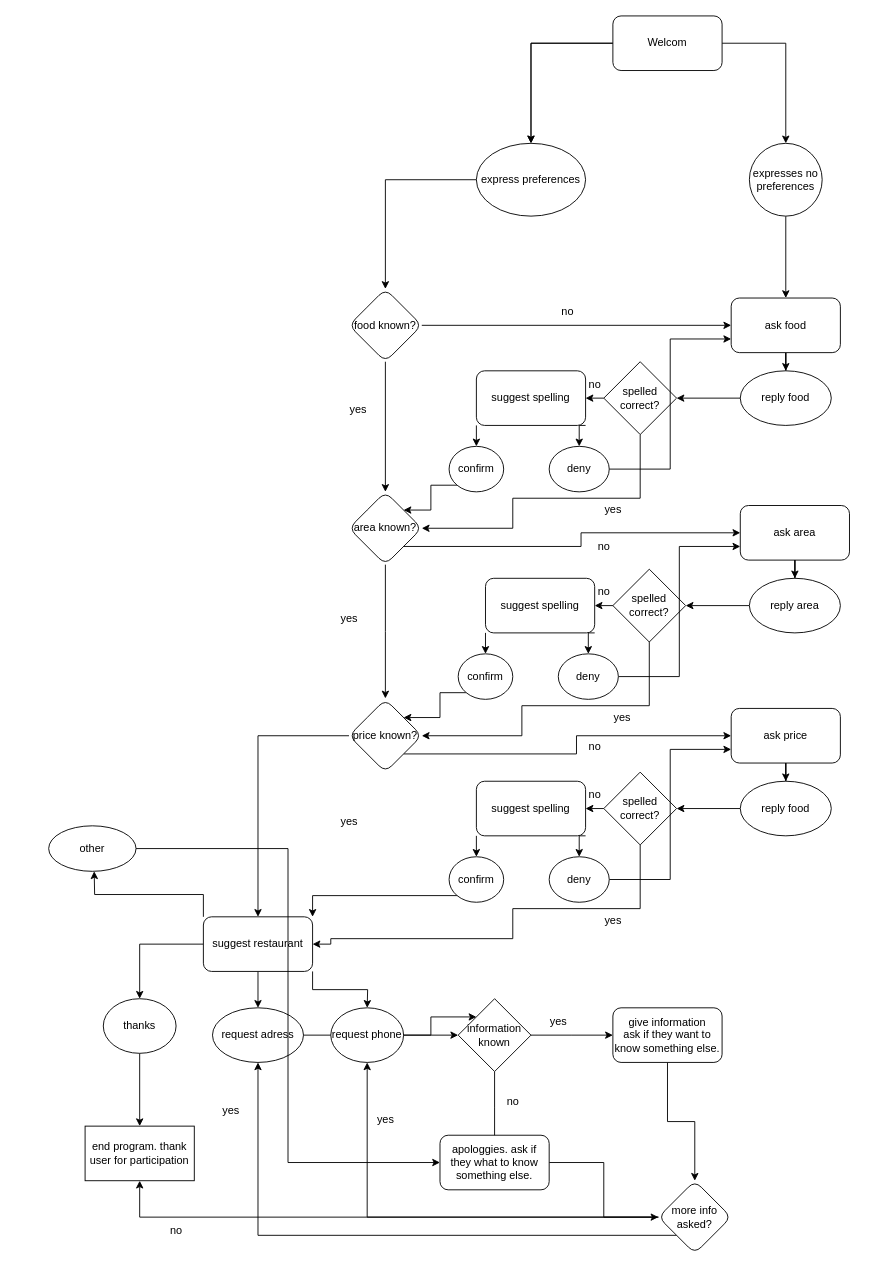
Earlier version of the draw.io diagram diagram.drawio (simon-hjp/MAIR_projectG16). Source tidied: cells renumbered, new cells numbered last; positions are measured from the earlier drawing's top-left corner, leaving out a move shared by most shapes. Both pictures are drawn from the tidied source at 91%, with x=0, y=0 at pixel (48, 15).
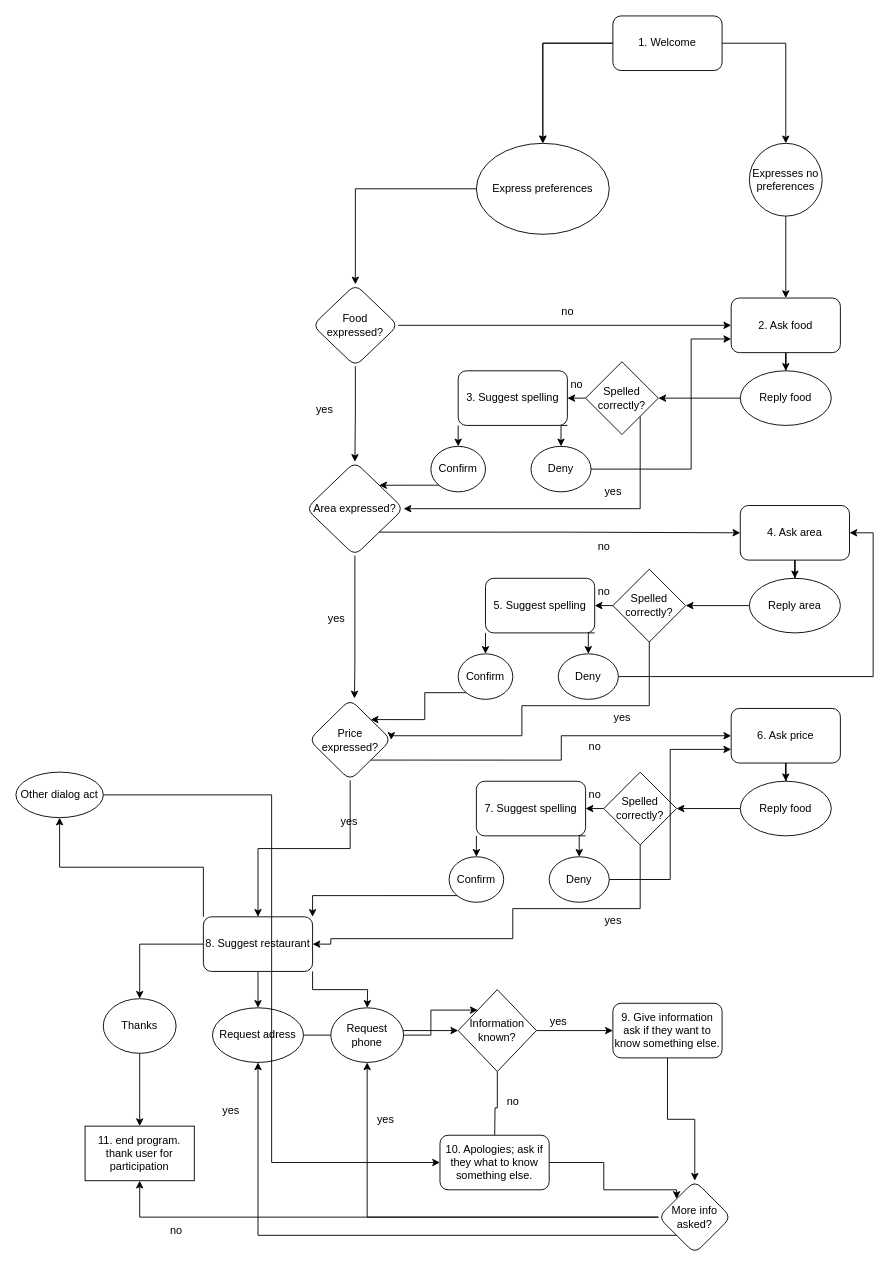
The same page after the edit.

Commit message:
Updated state diagram

What changed in the source:
```diff
@@
-    <mxCell id="5" value="Welcom" style="rounded=1;whiteSpace=wrap;html=1;" parent="1" vertex="1">
+    <mxCell id="5" value="1. Welcome" style="rounded=1;whiteSpace=wrap;html=1;" parent="1" vertex="1">
       <mxGeometry x="620" width="120" height="60" as="geometry" />
     </mxCell>
@@
-    <mxCell id="7" value="express preferences" style="ellipse;whiteSpace=wrap;html=1;rounded=1;" parent="1" vertex="1">
-      <mxGeometry x="470" y="140" width="120" height="80" as="geometry" />
+    <mxCell id="7" value="&lt;div&gt;Express preferences&lt;/div&gt;" style="ellipse;whiteSpace=wrap;html=1;rounded=1;" parent="1" vertex="1">
+      <mxGeometry x="470" y="140" width="146" height="100" as="geometry" />
     </mxCell>
@@
-    <mxCell id="10" value="food known?" style="rhombus;whiteSpace=wrap;html=1;rounded=1;" parent="1" vertex="1">
-      <mxGeometry x="330" y="300" width="80" height="80" as="geometry" />
+    <mxCell id="10" value="Food expressed?" style="rhombus;whiteSpace=wrap;html=1;rounded=1;" parent="1" vertex="1">
+      <mxGeometry x="290" y="295" width="94" height="90" as="geometry" />
     </mxCell>
@@
-    <mxCell id="12" value="expresses no preferences" style="ellipse;whiteSpace=wrap;html=1;rounded=1;" parent="1" vertex="1">
+    <mxCell id="12" value="Expresses no preferences" style="ellipse;whiteSpace=wrap;html=1;rounded=1;" parent="1" vertex="1">
       <mxGeometry x="770" y="140" width="80" height="80" as="geometry" />
     </mxCell>
@@
-    <mxCell id="15" value="ask food" style="whiteSpace=wrap;html=1;rounded=1;" parent="1" vertex="1">
+    <mxCell id="15" value="2. Ask food" style="whiteSpace=wrap;html=1;rounded=1;" parent="1" vertex="1">
       <mxGeometry x="750" y="310" width="120" height="60" as="geometry" />
     </mxCell>
-    <mxCell id="16" value="area known?" style="rhombus;whiteSpace=wrap;html=1;rounded=1;" parent="1" vertex="1">
-      <mxGeometry x="330" y="523" width="80" height="80" as="geometry" />
+    <mxCell id="16" value="Area expressed?" style="rhombus;whiteSpace=wrap;html=1;rounded=1;" parent="1" vertex="1">
+      <mxGeometry x="283" y="490" width="107" height="103" as="geometry" />
     </mxCell>
     <mxCell id="17" value="no" style="text;html=1;align=center;verticalAlign=middle;strokeColor=none;fillColor=none;" parent="1" vertex="1">
-      <mxGeometry x="580" y="390" width="40" height="30" as="geometry" />
+      <mxGeometry x="560" y="390" width="40" height="30" as="geometry" />
     </mxCell>
@@
-    <mxCell id="19" value="reply food" style="ellipse;whiteSpace=wrap;html=1;" parent="1" vertex="1">
+    <mxCell id="19" value="Reply food" style="ellipse;whiteSpace=wrap;html=1;" parent="1" vertex="1">
       <mxGeometry x="760" y="390" width="100" height="60" as="geometry" />
     </mxCell>
@@
     <mxCell id="21" style="edgeStyle=orthogonalEdgeStyle;rounded=0;jettySize=auto;html=1;entryX=1;entryY=0.5;entryDx=0;entryDy=0;" parent="1" edge="1" source="22" target="16">
       <mxGeometry relative="1" as="geometry">
         <Array as="points">
-          <mxPoint x="650" y="530" />
-          <mxPoint x="510" y="530" />
-          <mxPoint x="510" y="563" />
+          <mxPoint x="650" y="542" />
         </Array>
       </mxGeometry>
     </mxCell>
-    <mxCell id="22" value="spelled correct?" style="rhombus;whiteSpace=wrap;html=1;" parent="1" vertex="1">
-      <mxGeometry x="610" y="380" width="80" height="80" as="geometry" />
+    <mxCell id="22" value="Spelled correctly?" style="rhombus;whiteSpace=wrap;html=1;" parent="1" vertex="1">
+      <mxGeometry x="590" y="380" width="80" height="80" as="geometry" />
     </mxCell>
@@
-    <mxCell id="25" value="suggest spelling" style="rounded=1;whiteSpace=wrap;html=1;" parent="1" vertex="1">
-      <mxGeometry x="470" y="390" width="120" height="60" as="geometry" />
+    <mxCell id="25" value="3. Suggest spelling" style="rounded=1;whiteSpace=wrap;html=1;" parent="1" vertex="1">
+      <mxGeometry x="450" y="390" width="120" height="60" as="geometry" />
     </mxCell>
@@
-    <mxCell id="27" value="confirm" style="ellipse;whiteSpace=wrap;html=1;" parent="1" vertex="1">
-      <mxGeometry x="440" y="473" width="60" height="50" as="geometry" />
+    <mxCell id="27" value="Confirm" style="ellipse;whiteSpace=wrap;html=1;" parent="1" vertex="1">
+      <mxGeometry x="420" y="473" width="60" height="50" as="geometry" />
     </mxCell>
     <mxCell id="28" style="edgeStyle=orthogonalEdgeStyle;rounded=0;jettySize=auto;html=1;entryX=0;entryY=0.75;entryDx=0;entryDy=0;" parent="1" edge="1" source="29" target="15">
-      <mxGeometry relative="1" as="geometry" />
+      <mxGeometry relative="1" as="geometry">
+        <Array as="points">
+          <mxPoint x="706" y="498" />
+          <mxPoint x="706" y="355" />
+        </Array>
+      </mxGeometry>
     </mxCell>
-    <mxCell id="29" value="deny" style="ellipse;whiteSpace=wrap;html=1;" parent="1" vertex="1">
-      <mxGeometry x="550" y="473" width="66" height="50" as="geometry" />
+    <mxCell id="29" value="Deny" style="ellipse;whiteSpace=wrap;html=1;" parent="1" vertex="1">
+      <mxGeometry x="530" y="473" width="66" height="50" as="geometry" />
     </mxCell>
     <mxCell id="30" value="yes" style="text;html=1;align=center;verticalAlign=middle;strokeColor=none;fillColor=none;" parent="1" vertex="1">
-      <mxGeometry x="600" y="528" width="40" height="30" as="geometry" />
+      <mxGeometry x="600" y="508" width="40" height="30" as="geometry" />
     </mxCell>
@@
     <mxCell id="32" style="edgeStyle=orthogonalEdgeStyle;rounded=0;jettySize=auto;html=1;exitX=0.5;exitY=1;exitDx=0;exitDy=0;" parent="1" edge="1" source="16">
       <mxGeometry relative="1" as="geometry">
-        <mxPoint x="370" y="750" as="targetPoint" />
+        <mxPoint x="336" y="750" as="targetPoint" />
+        <Array as="points">
+          <mxPoint x="336" y="710" />
+          <mxPoint x="336" y="750" />
+        </Array>
       </mxGeometry>
     </mxCell>
@@
-    <mxCell id="34" value="ask area" style="whiteSpace=wrap;html=1;rounded=1;" parent="1" vertex="1">
+    <mxCell id="34" value="4. Ask area" style="whiteSpace=wrap;html=1;rounded=1;" parent="1" vertex="1">
       <mxGeometry x="760" y="538" width="120" height="60" as="geometry" />
     </mxCell>
@@
-    <mxCell id="37" value="reply area" style="ellipse;whiteSpace=wrap;html=1;" parent="1" vertex="1">
+    <mxCell id="37" value="Reply area" style="ellipse;whiteSpace=wrap;html=1;" parent="1" vertex="1">
       <mxGeometry x="770" y="618" width="100" height="60" as="geometry" />
     </mxCell>
@@
-    <mxCell id="40" value="spelled correct?" style="rhombus;whiteSpace=wrap;html=1;" parent="1" vertex="1">
+    <mxCell id="40" value="Spelled correctly?" style="rhombus;whiteSpace=wrap;html=1;" parent="1" vertex="1">
       <mxGeometry x="620" y="608" width="80" height="80" as="geometry" />
     </mxCell>
@@
-    <mxCell id="43" value="suggest spelling" style="rounded=1;whiteSpace=wrap;html=1;" parent="1" vertex="1">
+    <mxCell id="43" value="5. Suggest spelling" style="rounded=1;whiteSpace=wrap;html=1;" parent="1" vertex="1">
       <mxGeometry x="480" y="618" width="120" height="60" as="geometry" />
     </mxCell>
@@
-    <mxCell id="45" value="confirm" style="ellipse;whiteSpace=wrap;html=1;" parent="1" vertex="1">
+    <mxCell id="45" value="Confirm" style="ellipse;whiteSpace=wrap;html=1;" parent="1" vertex="1">
       <mxGeometry x="450" y="701" width="60" height="50" as="geometry" />
     </mxCell>
-    <mxCell id="46" style="edgeStyle=orthogonalEdgeStyle;rounded=0;jettySize=auto;html=1;entryX=0;entryY=0.75;entryDx=0;entryDy=0;" parent="1" edge="1" source="47" target="34">
-      <mxGeometry relative="1" as="geometry" />
+    <mxCell id="46" style="edgeStyle=orthogonalEdgeStyle;rounded=0;jettySize=auto;html=1;entryX=1;entryY=0.5;entryDx=0;entryDy=0;" parent="1" edge="1" source="47" target="34">
+      <mxGeometry relative="1" as="geometry">
+        <Array as="points">
+          <mxPoint x="906" y="726" />
+          <mxPoint x="906" y="568" />
+        </Array>
+      </mxGeometry>
     </mxCell>
-    <mxCell id="47" value="deny" style="ellipse;whiteSpace=wrap;html=1;" parent="1" vertex="1">
+    <mxCell id="47" value="Deny" style="ellipse;whiteSpace=wrap;html=1;" parent="1" vertex="1">
       <mxGeometry x="560" y="701" width="66" height="50" as="geometry" />
     </mxCell>
@@
-    <mxCell id="51" value="price known?" style="rhombus;whiteSpace=wrap;html=1;rounded=1;" parent="1" vertex="1">
-      <mxGeometry x="330" y="751" width="80" height="80" as="geometry" />
+    <mxCell id="51" value="Price expressed?" style="rhombus;whiteSpace=wrap;html=1;rounded=1;" parent="1" vertex="1">
+      <mxGeometry x="286" y="751" width="90.5" height="89" as="geometry" />
     </mxCell>
@@
-    <mxCell id="53" value="ask price" style="whiteSpace=wrap;html=1;rounded=1;" parent="1" vertex="1">
+    <mxCell id="53" value="6. Ask price" style="whiteSpace=wrap;html=1;rounded=1;" parent="1" vertex="1">
       <mxGeometry x="750" y="761" width="120" height="60" as="geometry" />
     </mxCell>
@@
-    <mxCell id="56" value="reply food" style="ellipse;whiteSpace=wrap;html=1;" parent="1" vertex="1">
+    <mxCell id="56" value="Reply food" style="ellipse;whiteSpace=wrap;html=1;" parent="1" vertex="1">
       <mxGeometry x="760" y="841" width="100" height="60" as="geometry" />
     </mxCell>
@@
-    <mxCell id="59" value="spelled correct?" style="rhombus;whiteSpace=wrap;html=1;" parent="1" vertex="1">
+    <mxCell id="59" value="Spelled correctly?" style="rhombus;whiteSpace=wrap;html=1;" parent="1" vertex="1">
       <mxGeometry x="610" y="831" width="80" height="80" as="geometry" />
     </mxCell>
@@
-    <mxCell id="62" value="suggest spelling" style="rounded=1;whiteSpace=wrap;html=1;" parent="1" vertex="1">
+    <mxCell id="62" value="7. Suggest spelling" style="rounded=1;whiteSpace=wrap;html=1;" parent="1" vertex="1">
       <mxGeometry x="470" y="841" width="120" height="60" as="geometry" />
     </mxCell>
@@
-    <mxCell id="64" value="confirm" style="ellipse;whiteSpace=wrap;html=1;" parent="1" vertex="1">
+    <mxCell id="64" value="Confirm" style="ellipse;whiteSpace=wrap;html=1;" parent="1" vertex="1">
       <mxGeometry x="440" y="924" width="60" height="50" as="geometry" />
     </mxCell>
@@
-    <mxCell id="66" value="deny" style="ellipse;whiteSpace=wrap;html=1;" parent="1" vertex="1">
+    <mxCell id="66" value="Deny" style="ellipse;whiteSpace=wrap;html=1;" parent="1" vertex="1">
       <mxGeometry x="550" y="924" width="66" height="50" as="geometry" />
     </mxCell>
@@
     <mxCell id="70" value="yes" style="text;html=1;align=center;verticalAlign=middle;strokeColor=none;fillColor=none;" parent="1" vertex="1">
-      <mxGeometry x="320" y="418" width="40" height="30" as="geometry" />
+      <mxGeometry x="283" y="418" width="40" height="30" as="geometry" />
     </mxCell>
     <mxCell id="71" value="yes" style="text;html=1;align=center;verticalAlign=middle;strokeColor=none;fillColor=none;" parent="1" vertex="1">
-      <mxGeometry x="310" y="648" width="40" height="30" as="geometry" />
+      <mxGeometry x="296" y="648" width="40" height="30" as="geometry" />
     </mxCell>
@@
-    <mxCell id="76" style="edgeStyle=orthogonalEdgeStyle;rounded=0;jettySize=auto;html=1;exitX=0;exitY=0;exitDx=0;exitDy=0;" parent="1" edge="1" source="77">
-      <mxGeometry relative="1" as="geometry">
-        <mxPoint x="50" y="940" as="targetPoint" />
-      </mxGeometry>
+    <mxCell id="76" style="edgeStyle=orthogonalEdgeStyle;rounded=0;jettySize=auto;html=1;exitX=0;exitY=0;exitDx=0;exitDy=0;entryX=0.5;entryY=1;entryDx=0;entryDy=0;" parent="1" edge="1" source="77" target="86">
+      <mxGeometry relative="1" as="geometry" />
     </mxCell>
-    <mxCell id="77" value="suggest restaurant" style="rounded=1;whiteSpace=wrap;html=1;" parent="1" vertex="1">
+    <mxCell id="77" value="8. Suggest restaurant" style="rounded=1;whiteSpace=wrap;html=1;" parent="1" vertex="1">
       <mxGeometry x="170" y="990" width="120" height="60" as="geometry" />
     </mxCell>
@@
-    <mxCell id="79" value="thanks" style="ellipse;whiteSpace=wrap;html=1;" parent="1" vertex="1">
+    <mxCell id="79" value="&lt;div&gt;Thanks&lt;/div&gt;" style="ellipse;whiteSpace=wrap;html=1;" parent="1" vertex="1">
       <mxGeometry x="60" y="1080" width="80" height="60" as="geometry" />
     </mxCell>
@@
-    <mxCell id="81" value="request adress" style="ellipse;whiteSpace=wrap;html=1;" parent="1" vertex="1">
+    <mxCell id="81" value="Request adress" style="ellipse;whiteSpace=wrap;html=1;" parent="1" vertex="1">
       <mxGeometry x="180" y="1090" width="100" height="60" as="geometry" />
     </mxCell>
-    <mxCell id="82" value="end program. thank user for participation" style="whiteSpace=wrap;html=1;" parent="1" vertex="1">
+    <mxCell id="82" value="11. end program. thank user for participation" style="whiteSpace=wrap;html=1;" parent="1" vertex="1">
       <mxGeometry x="40" y="1220" width="120" height="60" as="geometry" />
     </mxCell>
@@
-    <mxCell id="84" value="request phone" style="ellipse;whiteSpace=wrap;html=1;" parent="1" vertex="1">
+    <mxCell id="84" value="Request phone" style="ellipse;whiteSpace=wrap;html=1;" parent="1" vertex="1">
       <mxGeometry x="310" y="1090" width="80" height="60" as="geometry" />
     </mxCell>
@@
-    <mxCell id="86" value="other" style="ellipse;whiteSpace=wrap;html=1;" parent="1" vertex="1">
-      <mxGeometry y="890" width="96" height="50" as="geometry" />
+    <mxCell id="86" value="Other dialog act" style="ellipse;whiteSpace=wrap;html=1;" parent="1" vertex="1">
+      <mxGeometry x="-36" y="831" width="96" height="50" as="geometry" />
     </mxCell>
@@
-    <mxCell id="88" style="edgeStyle=orthogonalEdgeStyle;rounded=0;jettySize=auto;html=1;" parent="1" edge="1" source="89">
-      <mxGeometry relative="1" as="geometry">
-        <mxPoint x="620" y="1120" as="targetPoint" />
-      </mxGeometry>
+    <mxCell id="88" style="edgeStyle=orthogonalEdgeStyle;rounded=0;jettySize=auto;html=1;entryX=0;entryY=0.5;entryDx=0;entryDy=0;" parent="1" edge="1" source="89" target="95">
+      <mxGeometry relative="1" as="geometry" />
     </mxCell>
-    <mxCell id="89" value="information known" style="rhombus;whiteSpace=wrap;html=1;" parent="1" vertex="1">
-      <mxGeometry x="450" y="1080" width="80" height="80" as="geometry" />
+    <mxCell id="89" value="Information known?" style="rhombus;whiteSpace=wrap;html=1;" parent="1" vertex="1">
+      <mxGeometry x="450" y="1070" width="86" height="90" as="geometry" />
     </mxCell>
@@
-    <mxCell id="92" style="edgeStyle=orthogonalEdgeStyle;rounded=0;jettySize=auto;html=1;" parent="1" edge="1" source="93" target="99">
-      <mxGeometry relative="1" as="geometry" />
+    <mxCell id="92" style="edgeStyle=orthogonalEdgeStyle;rounded=0;jettySize=auto;html=1;entryX=0;entryY=0;entryDx=0;entryDy=0;" parent="1" edge="1" source="93" target="99">
+      <mxGeometry relative="1" as="geometry">
+        <Array as="points">
+          <mxPoint x="610" y="1260" />
+          <mxPoint x="610" y="1290" />
+          <mxPoint x="690" y="1290" />
+        </Array>
+      </mxGeometry>
     </mxCell>
-    <mxCell id="93" value="apologgies. ask if they what to know something else." style="rounded=1;whiteSpace=wrap;html=1;" parent="1" vertex="1">
+    <mxCell id="93" value="10. Apologies; ask if they what to know something else." style="rounded=1;whiteSpace=wrap;html=1;" parent="1" vertex="1">
       <mxGeometry x="430" y="1230" width="120" height="60" as="geometry" />
     </mxCell>
@@
-    <mxCell id="95" value="give information&lt;br&gt;ask if they want to know something else." style="rounded=1;whiteSpace=wrap;html=1;" parent="1" vertex="1">
-      <mxGeometry x="620" y="1090" width="120" height="60" as="geometry" />
+    <mxCell id="95" value="9. Give information&lt;br&gt;ask if they want to know something else." style="rounded=1;whiteSpace=wrap;html=1;" parent="1" vertex="1">
+      <mxGeometry x="620" y="1085" width="120" height="60" as="geometry" />
     </mxCell>
@@
-    <mxCell id="99" value="more info asked?" style="rhombus;whiteSpace=wrap;html=1;rounded=1;" parent="1" vertex="1">
+    <mxCell id="99" value="More info asked?" style="rhombus;whiteSpace=wrap;html=1;rounded=1;" parent="1" vertex="1">
       <mxGeometry x="670" y="1280" width="80" height="80" as="geometry" />
     </mxCell>
```
